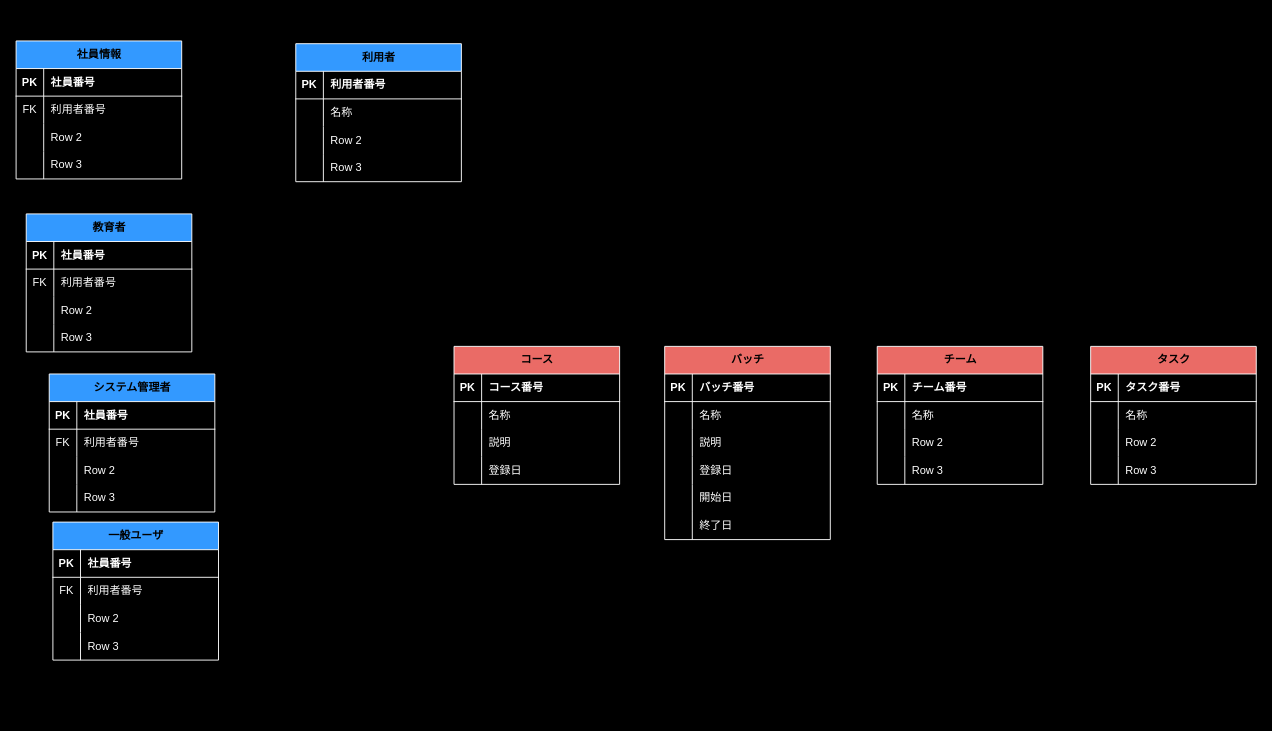
Earlier version of the draw.io diagram [TMS]-erd.drawio (datltmvl/tms). Source tidied: cells renumbered, new cells numbered last; positions are measured from the earlier drawing's top-left corner, leaving out a move shared by most shapes. Both pictures are drawn from the tidied source at 92%, with x=0, y=0 at pixel (16, 40).
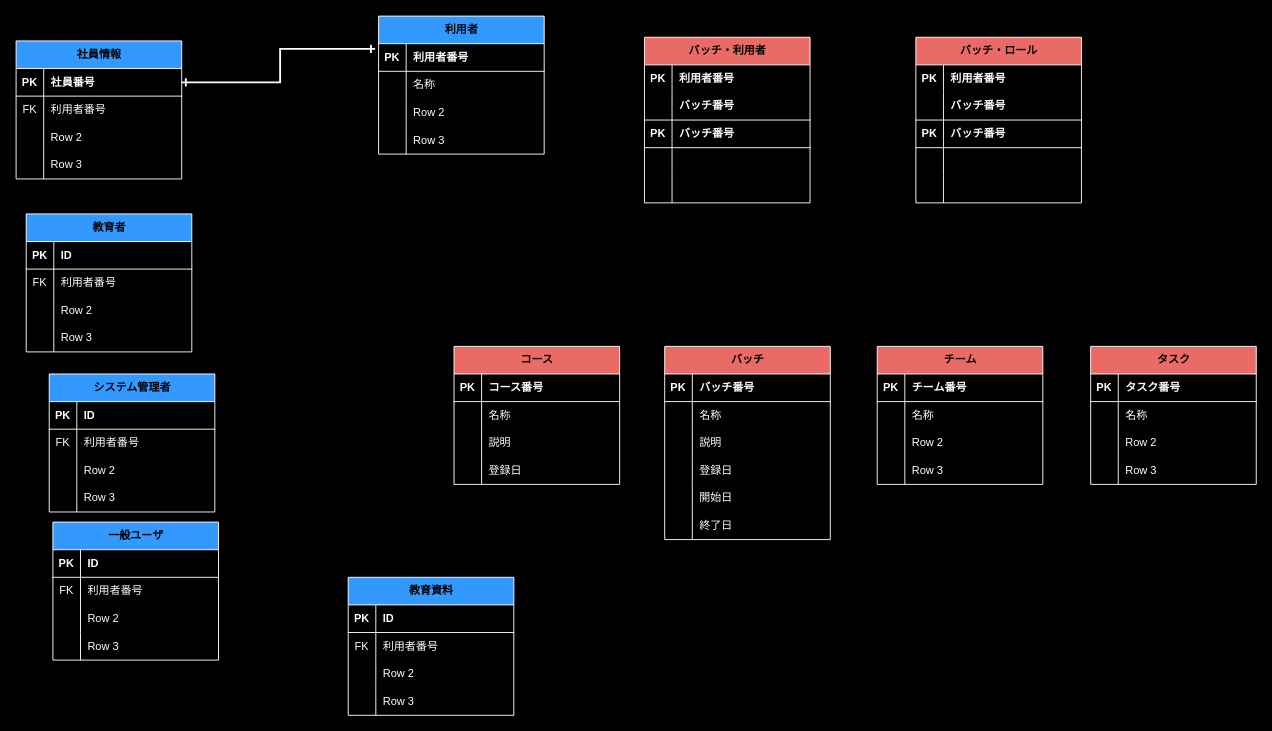
The same page after the edit.

Commit message:
Cập nhật [TMS]-erd.drawio

Unchanged cells that the change refers to:
```xml
<mxCell id="3" style="shape=tableRow;horizontal=0;startSize=0;swimlaneHead=0;swimlaneBody=0;fillColor=none;points=[[0,0.5],[1,0.5]];portConstraint=eastwest;top=0;left=0;right=0;bottom=1;strokeColor=#ffffff;fontColor=#ffffff;" parent="2" vertex="1">
  <mxGeometry y="30" width="180" height="30" as="geometry" />
</mxCell>
<mxCell id="74" style="shape=tableRow;horizontal=0;startSize=0;swimlaneHead=0;swimlaneBody=0;fillColor=none;points=[[0,0.5],[1,0.5]];portConstraint=eastwest;top=0;left=0;right=0;bottom=1;strokeColor=#ffffff;fontColor=#ffffff;" parent="73" vertex="1">
  <mxGeometry y="30" width="180" height="30" as="geometry" />
</mxCell>
<mxCell id="87" style="shape=tableRow;horizontal=0;startSize=0;swimlaneHead=0;swimlaneBody=0;fillColor=none;top=0;left=0;right=0;bottom=1;strokeColor=#ffffff;fontColor=#ffffff;" parent="86" vertex="1">
  <mxGeometry y="30" width="180" height="30" as="geometry" />
</mxCell>
<mxCell id="100" style="shape=tableRow;horizontal=0;startSize=0;swimlaneHead=0;swimlaneBody=0;fillColor=none;top=0;left=0;right=0;bottom=1;strokeColor=#ffffff;fontColor=#ffffff;" parent="99" vertex="1">
  <mxGeometry y="30" width="180" height="30" as="geometry" />
</mxCell>
<mxCell id="113" style="shape=tableRow;horizontal=0;startSize=0;swimlaneHead=0;swimlaneBody=0;fillColor=none;top=0;left=0;right=0;bottom=1;strokeColor=#ffffff;fontColor=#ffffff;" parent="112" vertex="1">
  <mxGeometry y="30" width="180" height="30" as="geometry" />
</mxCell>
```

The edit, as a diff of the source:
```diff
@@
     <mxCell id="2" value="利用者" style="shape=table;startSize=30;childLayout=tableLayout;rowLines=0;fontStyle=1;align=center;html=1;strokeColor=#ffffff;fillColor=#3399FF;" parent="1" vertex="1">
-      <mxGeometry x="304" y="3" width="180" height="150" as="geometry" />
+      <mxGeometry x="394" y="-27" width="180" height="150" as="geometry" />
     </mxCell>
@@
-    <mxCell id="89" value="社員番号" style="shape=partialRectangle;fillColor=none;top=0;left=0;bottom=0;right=0;align=left;spacingLeft=6;fontStyle=1;overflow=hidden;whiteSpace=wrap;html=1;fontColor=#ffffff;" parent="87" vertex="1">
+    <mxCell id="89" value="ID" style="shape=partialRectangle;fillColor=none;top=0;left=0;bottom=0;right=0;align=left;spacingLeft=6;fontStyle=1;overflow=hidden;whiteSpace=wrap;html=1;fontColor=#ffffff;" parent="87" vertex="1">
       <mxGeometry x="30" width="150" height="30" as="geometry" />
     </mxCell>
@@
-    <mxCell id="102" value="社員番号" style="shape=partialRectangle;fillColor=none;top=0;left=0;bottom=0;right=0;align=left;spacingLeft=6;fontStyle=1;overflow=hidden;whiteSpace=wrap;html=1;fontColor=#ffffff;" parent="100" vertex="1">
+    <mxCell id="102" value="ID" style="shape=partialRectangle;fillColor=none;top=0;left=0;bottom=0;right=0;align=left;spacingLeft=6;fontStyle=1;overflow=hidden;whiteSpace=wrap;html=1;fontColor=#ffffff;" parent="100" vertex="1">
       <mxGeometry x="30" width="150" height="30" as="geometry" />
     </mxCell>
@@
-    <mxCell id="115" value="社員番号" style="shape=partialRectangle;fillColor=none;top=0;left=0;bottom=0;right=0;align=left;spacingLeft=6;fontStyle=1;overflow=hidden;whiteSpace=wrap;html=1;fontColor=#ffffff;" parent="113" vertex="1">
+    <mxCell id="115" value="ID" style="shape=partialRectangle;fillColor=none;top=0;left=0;bottom=0;right=0;align=left;spacingLeft=6;fontStyle=1;overflow=hidden;whiteSpace=wrap;html=1;fontColor=#ffffff;" parent="113" vertex="1">
       <mxGeometry x="30" width="150" height="30" as="geometry" />
     </mxCell>
@@
+    <mxCell id="125" style="edgeStyle=orthogonalEdgeStyle;rounded=0;hachureGap=4;jettySize=auto;html=1;exitX=1;exitY=0.5;exitDx=0;exitDy=0;entryX=-0.021;entryY=0.187;entryDx=0;entryDy=0;entryPerimeter=0;fontFamily=Architects Daughter;fontSize=16;strokeColor=#FFFFFF;strokeWidth=2;endArrow=ERone;endFill=0;startArrow=ERone;startFill=0;" parent="1" edge="1" source="74" target="3">
+      <mxGeometry relative="1" as="geometry" />
+    </mxCell>
+    <mxCell id="126" value="バッチ・利用者" style="shape=table;startSize=30;childLayout=tableLayout;rowLines=0;fontStyle=1;align=center;html=1;strokeColor=#ffffff;fillColor=#EA6B66;" parent="1" vertex="1">
+      <mxGeometry x="683" y="-4" width="180" height="180" as="geometry" />
+    </mxCell>
+    <mxCell id="127" style="shape=tableRow;horizontal=0;startSize=0;swimlaneHead=0;swimlaneBody=0;fillColor=none;top=0;left=0;right=0;bottom=0;" parent="126" vertex="1">
+      <mxGeometry y="30" width="180" height="30" as="geometry" />
+    </mxCell>
+    <mxCell id="128" value="PK" style="shape=partialRectangle;fillColor=none;top=0;left=0;bottom=0;right=0;overflow=hidden;whiteSpace=wrap;html=1;fontColor=#ffffff;fontStyle=1;" parent="127" vertex="1">
+      <mxGeometry width="30" height="30" as="geometry" />
+    </mxCell>
+    <mxCell id="129" value="利用者番号" style="shape=partialRectangle;fillColor=none;top=0;left=0;bottom=0;right=0;align=left;spacingLeft=6;overflow=hidden;whiteSpace=wrap;html=1;fontColor=#ffffff;fontStyle=1;" parent="127" vertex="1">
+      <mxGeometry x="30" width="150" height="30" as="geometry" />
+    </mxCell>
+    <mxCell id="130" style="shape=tableRow;horizontal=0;startSize=0;swimlaneHead=0;swimlaneBody=0;fillColor=none;top=0;left=0;right=0;bottom=1;strokeColor=inherit;fontColor=#ffffff;" parent="126" vertex="1">
+      <mxGeometry y="60" width="180" height="30" as="geometry" />
+    </mxCell>
+    <mxCell id="131" style="shape=partialRectangle;fillColor=none;top=0;left=0;bottom=0;right=0;fontStyle=1;overflow=hidden;whiteSpace=wrap;html=1;" parent="130" vertex="1">
+      <mxGeometry width="30" height="30" as="geometry" />
+    </mxCell>
+    <mxCell id="132" value="バッチ番号" style="shape=partialRectangle;fillColor=none;top=0;left=0;bottom=0;right=0;align=left;spacingLeft=6;fontStyle=1;overflow=hidden;whiteSpace=wrap;html=1;fontColor=#ffffff;" parent="130" vertex="1">
+      <mxGeometry x="30" width="150" height="30" as="geometry" />
+    </mxCell>
+    <mxCell id="133" style="shape=tableRow;horizontal=0;startSize=0;swimlaneHead=0;swimlaneBody=0;fillColor=none;top=0;left=0;right=0;bottom=1;strokeColor=inherit;fontColor=#ffffff;" parent="126" vertex="1">
+      <mxGeometry y="90" width="180" height="30" as="geometry" />
+    </mxCell>
+    <mxCell id="134" value="&lt;font color=&quot;#ffffff&quot;&gt;PK&lt;/font&gt;" style="shape=partialRectangle;fillColor=none;top=0;left=0;bottom=0;right=0;fontStyle=1;overflow=hidden;whiteSpace=wrap;html=1;" parent="133" vertex="1">
+      <mxGeometry width="30" height="30" as="geometry" />
+    </mxCell>
+    <mxCell id="135" value="バッチ番号" style="shape=partialRectangle;fillColor=none;top=0;left=0;bottom=0;right=0;align=left;spacingLeft=6;fontStyle=1;overflow=hidden;whiteSpace=wrap;html=1;fontColor=#ffffff;" parent="133" vertex="1">
+      <mxGeometry x="30" width="150" height="30" as="geometry" />
+    </mxCell>
+    <mxCell id="136" style="shape=tableRow;horizontal=0;startSize=0;swimlaneHead=0;swimlaneBody=0;fillColor=none;top=0;left=0;right=0;bottom=0;" parent="126" vertex="1">
+      <mxGeometry y="120" width="180" height="30" as="geometry" />
+    </mxCell>
+    <mxCell id="137" style="shape=partialRectangle;fillColor=none;top=0;left=0;bottom=0;right=0;overflow=hidden;whiteSpace=wrap;html=1;fontColor=#ffffff;" parent="136" vertex="1">
+      <mxGeometry width="30" height="30" as="geometry" />
+    </mxCell>
+    <mxCell id="138" style="shape=partialRectangle;fillColor=none;top=0;left=0;bottom=0;right=0;align=left;spacingLeft=6;overflow=hidden;whiteSpace=wrap;html=1;fontColor=#ffffff;" parent="136" vertex="1">
+      <mxGeometry x="30" width="150" height="30" as="geometry" />
+    </mxCell>
+    <mxCell id="139" style="shape=tableRow;horizontal=0;startSize=0;swimlaneHead=0;swimlaneBody=0;fillColor=none;top=0;left=0;right=0;bottom=0;" parent="126" vertex="1">
+      <mxGeometry y="150" width="180" height="30" as="geometry" />
+    </mxCell>
+    <mxCell id="140" style="shape=partialRectangle;fillColor=none;top=0;left=0;bottom=0;right=0;overflow=hidden;whiteSpace=wrap;html=1;fontColor=#ffffff;" parent="139" vertex="1">
+      <mxGeometry width="30" height="30" as="geometry" />
+    </mxCell>
+    <mxCell id="141" style="shape=partialRectangle;fillColor=none;top=0;left=0;bottom=0;right=0;align=left;spacingLeft=6;overflow=hidden;whiteSpace=wrap;html=1;fontColor=#ffffff;" parent="139" vertex="1">
+      <mxGeometry x="30" width="150" height="30" as="geometry" />
+    </mxCell>
+    <mxCell id="142" value="バッチ・ロール" style="shape=table;startSize=30;childLayout=tableLayout;rowLines=0;fontStyle=1;align=center;html=1;strokeColor=#ffffff;fillColor=#EA6B66;" parent="1" vertex="1">
+      <mxGeometry x="978" y="-4" width="180" height="180" as="geometry" />
+    </mxCell>
+    <mxCell id="143" style="shape=tableRow;horizontal=0;startSize=0;swimlaneHead=0;swimlaneBody=0;fillColor=none;top=0;left=0;right=0;bottom=0;" parent="142" vertex="1">
+      <mxGeometry y="30" width="180" height="30" as="geometry" />
+    </mxCell>
+    <mxCell id="144" value="PK" style="shape=partialRectangle;fillColor=none;top=0;left=0;bottom=0;right=0;overflow=hidden;whiteSpace=wrap;html=1;fontColor=#ffffff;fontStyle=1;" parent="143" vertex="1">
+      <mxGeometry width="30" height="30" as="geometry" />
+    </mxCell>
+    <mxCell id="145" value="利用者番号" style="shape=partialRectangle;fillColor=none;top=0;left=0;bottom=0;right=0;align=left;spacingLeft=6;overflow=hidden;whiteSpace=wrap;html=1;fontColor=#ffffff;fontStyle=1;" parent="143" vertex="1">
+      <mxGeometry x="30" width="150" height="30" as="geometry" />
+    </mxCell>
+    <mxCell id="146" style="shape=tableRow;horizontal=0;startSize=0;swimlaneHead=0;swimlaneBody=0;fillColor=none;top=0;left=0;right=0;bottom=1;strokeColor=inherit;fontColor=#ffffff;" parent="142" vertex="1">
+      <mxGeometry y="60" width="180" height="30" as="geometry" />
+    </mxCell>
+    <mxCell id="147" style="shape=partialRectangle;fillColor=none;top=0;left=0;bottom=0;right=0;fontStyle=1;overflow=hidden;whiteSpace=wrap;html=1;" parent="146" vertex="1">
+      <mxGeometry width="30" height="30" as="geometry" />
+    </mxCell>
+    <mxCell id="148" value="バッチ番号" style="shape=partialRectangle;fillColor=none;top=0;left=0;bottom=0;right=0;align=left;spacingLeft=6;fontStyle=1;overflow=hidden;whiteSpace=wrap;html=1;fontColor=#ffffff;" parent="146" vertex="1">
+      <mxGeometry x="30" width="150" height="30" as="geometry" />
+    </mxCell>
+    <mxCell id="149" style="shape=tableRow;horizontal=0;startSize=0;swimlaneHead=0;swimlaneBody=0;fillColor=none;top=0;left=0;right=0;bottom=1;strokeColor=inherit;fontColor=#ffffff;" parent="142" vertex="1">
+      <mxGeometry y="90" width="180" height="30" as="geometry" />
+    </mxCell>
+    <mxCell id="150" value="&lt;font color=&quot;#ffffff&quot;&gt;PK&lt;/font&gt;" style="shape=partialRectangle;fillColor=none;top=0;left=0;bottom=0;right=0;fontStyle=1;overflow=hidden;whiteSpace=wrap;html=1;" parent="149" vertex="1">
+      <mxGeometry width="30" height="30" as="geometry" />
+    </mxCell>
+    <mxCell id="151" value="バッチ番号" style="shape=partialRectangle;fillColor=none;top=0;left=0;bottom=0;right=0;align=left;spacingLeft=6;fontStyle=1;overflow=hidden;whiteSpace=wrap;html=1;fontColor=#ffffff;" parent="149" vertex="1">
+      <mxGeometry x="30" width="150" height="30" as="geometry" />
+    </mxCell>
+    <mxCell id="152" style="shape=tableRow;horizontal=0;startSize=0;swimlaneHead=0;swimlaneBody=0;fillColor=none;top=0;left=0;right=0;bottom=0;" parent="142" vertex="1">
+      <mxGeometry y="120" width="180" height="30" as="geometry" />
+    </mxCell>
+    <mxCell id="153" style="shape=partialRectangle;fillColor=none;top=0;left=0;bottom=0;right=0;overflow=hidden;whiteSpace=wrap;html=1;fontColor=#ffffff;" parent="152" vertex="1">
+      <mxGeometry width="30" height="30" as="geometry" />
+    </mxCell>
+    <mxCell id="154" style="shape=partialRectangle;fillColor=none;top=0;left=0;bottom=0;right=0;align=left;spacingLeft=6;overflow=hidden;whiteSpace=wrap;html=1;fontColor=#ffffff;" parent="152" vertex="1">
+      <mxGeometry x="30" width="150" height="30" as="geometry" />
+    </mxCell>
+    <mxCell id="155" style="shape=tableRow;horizontal=0;startSize=0;swimlaneHead=0;swimlaneBody=0;fillColor=none;top=0;left=0;right=0;bottom=0;" parent="142" vertex="1">
+      <mxGeometry y="150" width="180" height="30" as="geometry" />
+    </mxCell>
+    <mxCell id="156" style="shape=partialRectangle;fillColor=none;top=0;left=0;bottom=0;right=0;overflow=hidden;whiteSpace=wrap;html=1;fontColor=#ffffff;" parent="155" vertex="1">
+      <mxGeometry width="30" height="30" as="geometry" />
+    </mxCell>
+    <mxCell id="157" style="shape=partialRectangle;fillColor=none;top=0;left=0;bottom=0;right=0;align=left;spacingLeft=6;overflow=hidden;whiteSpace=wrap;html=1;fontColor=#ffffff;" parent="155" vertex="1">
+      <mxGeometry x="30" width="150" height="30" as="geometry" />
+    </mxCell>
+    <mxCell id="158" value="教育資料" style="shape=table;startSize=30;childLayout=tableLayout;rowLines=0;fontStyle=1;align=center;html=1;strokeColor=#ffffff;fillColor=#3399FF;" parent="1" vertex="1">
+      <mxGeometry x="361" y="583" width="180" height="150" as="geometry" />
+    </mxCell>
+    <mxCell id="159" style="shape=tableRow;horizontal=0;startSize=0;swimlaneHead=0;swimlaneBody=0;fillColor=none;top=0;left=0;right=0;bottom=1;strokeColor=#ffffff;fontColor=#ffffff;" parent="158" vertex="1">
+      <mxGeometry y="30" width="180" height="30" as="geometry" />
+    </mxCell>
+    <mxCell id="160" value="&lt;font color=&quot;#ffffff&quot;&gt;PK&lt;/font&gt;" style="shape=partialRectangle;fillColor=none;top=0;left=0;bottom=0;right=0;fontStyle=1;overflow=hidden;whiteSpace=wrap;html=1;" parent="159" vertex="1">
+      <mxGeometry width="30" height="30" as="geometry" />
+    </mxCell>
+    <mxCell id="161" value="ID" style="shape=partialRectangle;fillColor=none;top=0;left=0;bottom=0;right=0;align=left;spacingLeft=6;fontStyle=1;overflow=hidden;whiteSpace=wrap;html=1;fontColor=#ffffff;" parent="159" vertex="1">
+      <mxGeometry x="30" width="150" height="30" as="geometry" />
+    </mxCell>
+    <mxCell id="162" style="shape=tableRow;horizontal=0;startSize=0;swimlaneHead=0;swimlaneBody=0;fillColor=none;top=0;left=0;right=0;bottom=0;" parent="158" vertex="1">
+      <mxGeometry y="60" width="180" height="30" as="geometry" />
+    </mxCell>
+    <mxCell id="163" value="&lt;font color=&quot;#ffffff&quot;&gt;FK&lt;/font&gt;" style="shape=partialRectangle;fillColor=none;top=0;left=0;bottom=0;right=0;overflow=hidden;whiteSpace=wrap;html=1;fontColor=#000000;" parent="162" vertex="1">
+      <mxGeometry width="30" height="30" as="geometry" />
+    </mxCell>
+    <mxCell id="164" value="利用者番号" style="shape=partialRectangle;fillColor=none;top=0;left=0;bottom=0;right=0;align=left;spacingLeft=6;overflow=hidden;whiteSpace=wrap;html=1;fontColor=#ffffff;" parent="162" vertex="1">
+      <mxGeometry x="30" width="150" height="30" as="geometry" />
+    </mxCell>
+    <mxCell id="165" style="shape=tableRow;horizontal=0;startSize=0;swimlaneHead=0;swimlaneBody=0;fillColor=none;top=0;left=0;right=0;bottom=0;" parent="158" vertex="1">
+      <mxGeometry y="90" width="180" height="30" as="geometry" />
+    </mxCell>
+    <mxCell id="166" style="shape=partialRectangle;fillColor=none;top=0;left=0;bottom=0;right=0;overflow=hidden;whiteSpace=wrap;html=1;" parent="165" vertex="1">
+      <mxGeometry width="30" height="30" as="geometry" />
+    </mxCell>
+    <mxCell id="167" value="Row 2" style="shape=partialRectangle;fillColor=none;top=0;left=0;bottom=0;right=0;align=left;spacingLeft=6;overflow=hidden;whiteSpace=wrap;html=1;fontColor=#ffffff;" parent="165" vertex="1">
+      <mxGeometry x="30" width="150" height="30" as="geometry" />
+    </mxCell>
+    <mxCell id="168" style="shape=tableRow;horizontal=0;startSize=0;swimlaneHead=0;swimlaneBody=0;fillColor=none;top=0;left=0;right=0;bottom=0;" parent="158" vertex="1">
+      <mxGeometry y="120" width="180" height="30" as="geometry" />
+    </mxCell>
+    <mxCell id="169" style="shape=partialRectangle;fillColor=none;top=0;left=0;bottom=0;right=0;overflow=hidden;whiteSpace=wrap;html=1;" parent="168" vertex="1">
+      <mxGeometry width="30" height="30" as="geometry" />
+    </mxCell>
+    <mxCell id="170" value="Row 3" style="shape=partialRectangle;fillColor=none;top=0;left=0;bottom=0;right=0;align=left;spacingLeft=6;overflow=hidden;whiteSpace=wrap;html=1;fontColor=#ffffff;" parent="168" vertex="1">
+      <mxGeometry x="30" width="150" height="30" as="geometry" />
+    </mxCell>
```
